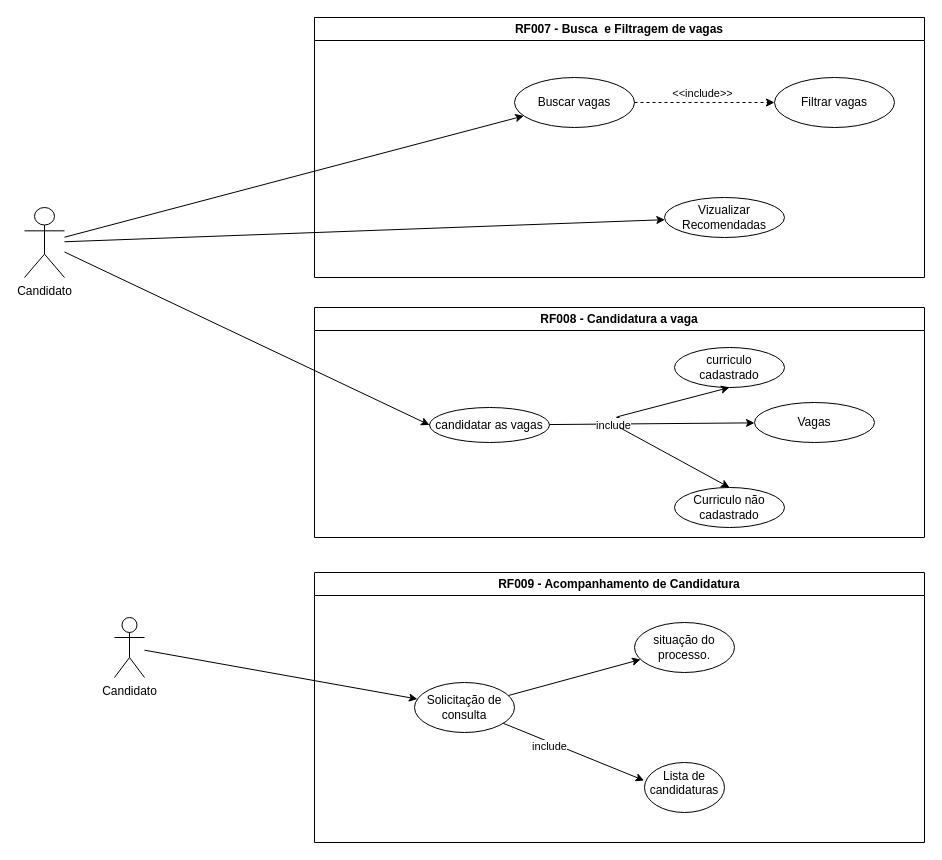
This is Diagramas/diagramaRF00.dio from MatchVagas/Documentation, a draw.io file, before an edit. Source tidied: cells renumbered, new cells numbered last; positions are measured from the earlier drawing's top-left corner, leaving out a move shared by most shapes. Both pictures are drawn from the tidied source at 100%, with x=0, y=0 at pixel (24, 17).
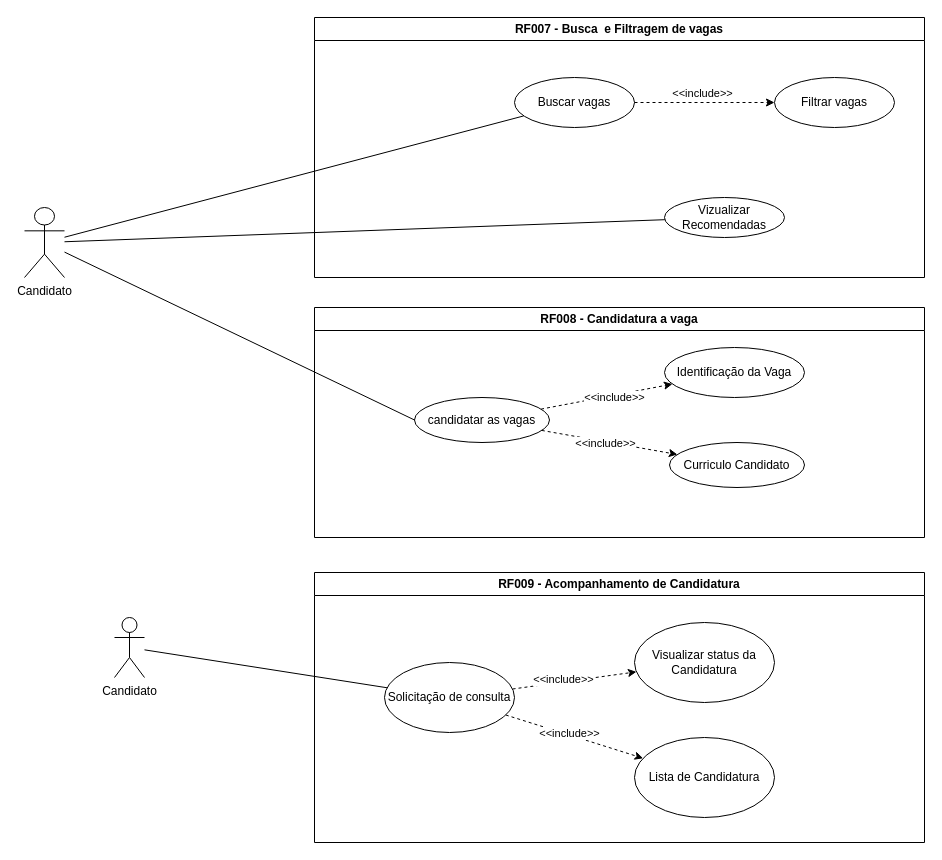
The same diagram, later.

Commit message (it also covers changes not shown here):
Modificações no diagrama de requisito diagramaRF00.dio

The change refers to these unchanged cells:
```xml
<mxCell id="3" value="Buscar vagas" style="ellipse;whiteSpace=wrap;html=1;" parent="2" vertex="1">
  <mxGeometry x="200" y="60" width="120" height="50" as="geometry" />
</mxCell>
<mxCell id="5" value="Vizualizar Recomendadas" style="ellipse;whiteSpace=wrap;html=1;" parent="2" vertex="1">
  <mxGeometry x="350" y="180" width="120" height="40" as="geometry" />
</mxCell>
<mxCell id="8" value="RF008 - Candidatura a vaga" style="swimlane;whiteSpace=wrap;html=1;" parent="1" vertex="1">
  <mxGeometry x="290" y="290" width="610" height="230" as="geometry" />
</mxCell>
<mxCell id="17" value="RF009 - Acompanhamento de Candidatura" style="swimlane;whiteSpace=wrap;html=1;" parent="1" vertex="1">
  <mxGeometry x="290" y="555" width="610" height="270" as="geometry" />
</mxCell>
<mxCell id="24" value="Candidato" style="shape=umlActor;verticalLabelPosition=bottom;verticalAlign=top;html=1;outlineConnect=0;" parent="1" vertex="1">
  <mxGeometry y="190" width="40" height="70" as="geometry" />
</mxCell>
<mxCell id="28" value="Candidato" style="shape=umlActor;verticalLabelPosition=bottom;verticalAlign=top;html=1;outlineConnect=0;" parent="1" vertex="1">
  <mxGeometry x="90" y="600" width="30" height="60" as="geometry" />
</mxCell>
```

Change to the diagram source:
```diff
@@
-    <mxCell id="9" style="edgeStyle=none;html=1;" parent="8" edge="1" source="11" target="12">
+    <mxCell id="9" style="edgeStyle=none;html=1;dashed=1;" parent="8" edge="1" source="11" target="12">
       <mxGeometry relative="1" as="geometry" />
     </mxCell>
-    <mxCell id="10" value="include" style="edgeLabel;html=1;align=center;verticalAlign=middle;" parent="9" vertex="1">
-      <mxGeometry x="-0.38" y="-1" relative="1" as="geometry" />
+    <mxCell id="10" value="&amp;lt;&amp;lt;include&amp;gt;&amp;gt;" style="edgeLabel;html=1;align=center;verticalAlign=middle;" parent="9" vertex="1">
+      <mxGeometry x="-0.38" y="-1" relative="1" as="geometry">
+        <mxPoint x="32" y="-5" as="offset" />
+      </mxGeometry>
     </mxCell>
     <mxCell id="11" value="candidatar as vagas" style="ellipse;whiteSpace=wrap;html=1;" parent="8" vertex="1">
-      <mxGeometry x="115" y="100" width="120" height="35" as="geometry" />
+      <mxGeometry x="100" y="90" width="135" height="45" as="geometry" />
     </mxCell>
-    <mxCell id="12" value="Vagas" style="ellipse;whiteSpace=wrap;html=1;" parent="8" vertex="1">
-      <mxGeometry x="440" y="95" width="120" height="40" as="geometry" />
+    <mxCell id="12" value="Identificação da Vaga" style="ellipse;whiteSpace=wrap;html=1;" parent="8" vertex="1">
+      <mxGeometry x="350" y="40" width="140" height="50" as="geometry" />
     </mxCell>
-    <mxCell id="13" value="curriculo cadastrado" style="ellipse;whiteSpace=wrap;html=1;" parent="8" vertex="1">
-      <mxGeometry x="360" y="40" width="110" height="40" as="geometry" />
+    <mxCell id="13" value="Curriculo Candidato" style="ellipse;whiteSpace=wrap;html=1;" parent="8" vertex="1">
+      <mxGeometry x="355" y="135" width="135" height="45" as="geometry" />
     </mxCell>
-    <mxCell id="14" value="Curriculo não&lt;div&gt;cadastrado&lt;/div&gt;" style="ellipse;whiteSpace=wrap;html=1;" parent="8" vertex="1">
-      <mxGeometry x="360" y="180" width="110" height="40" as="geometry" />
-    </mxCell>
-    <mxCell id="15" style="endArrow=classic;html=1;entryX=0.5;entryY=1;entryDx=0;entryDy=0;" parent="8" edge="1" target="13">
-      <mxGeometry relative="1" as="geometry">
-        <mxPoint x="305" y="110" as="sourcePoint" />
-        <Array as="points">
-          <mxPoint x="300" y="110" />
-        </Array>
-      </mxGeometry>
-    </mxCell>
-    <mxCell id="16" style="endArrow=classic;html=1;entryX=0.5;entryY=0;entryDx=0;entryDy=0;" parent="8" edge="1" target="14">
-      <mxGeometry relative="1" as="geometry">
-        <mxPoint x="305" y="120" as="sourcePoint" />
-      </mxGeometry>
-    </mxCell>
+    <mxCell id="30" style="edgeStyle=none;html=1;dashed=1;" parent="8" edge="1" source="11" target="13">
+      <mxGeometry relative="1" as="geometry" />
+    </mxCell>
+    <mxCell id="31" value="&amp;lt;&amp;lt;include&amp;gt;&amp;gt;" style="edgeLabel;html=1;align=center;verticalAlign=middle;" parent="30" vertex="1">
+      <mxGeometry x="-0.38" y="-1" relative="1" as="geometry">
+        <mxPoint x="21" y="4" as="offset" />
+      </mxGeometry>
+    </mxCell>
@@
-    <mxCell id="18" value="Lista de candidaturas" style="ellipse;whiteSpace=wrap;html=1;verticalAlign=top;" parent="17" vertex="1">
-      <mxGeometry x="330" y="190" width="80" height="50" as="geometry" />
-    </mxCell>
-    <mxCell id="19" style="edgeStyle=none;html=1;" parent="17" edge="1" source="20" target="21">
-      <mxGeometry relative="1" as="geometry" />
-    </mxCell>
     <mxCell id="20" value="Solicitação de consulta" style="ellipse;whiteSpace=wrap;html=1;" parent="17" vertex="1">
-      <mxGeometry x="100" y="110" width="100" height="50" as="geometry" />
+      <mxGeometry x="70" y="90" width="130" height="70" as="geometry" />
     </mxCell>
-    <mxCell id="21" value="situação do processo." style="ellipse;whiteSpace=wrap;html=1;" parent="17" vertex="1">
-      <mxGeometry x="320" y="50" width="100" height="50" as="geometry" />
+    <mxCell id="21" value="Visualizar status da Candidatura" style="ellipse;whiteSpace=wrap;html=1;" parent="17" vertex="1">
+      <mxGeometry x="320" y="50" width="140" height="80" as="geometry" />
     </mxCell>
-    <mxCell id="22" style="edgeStyle=none;html=1;entryX=-0.005;entryY=0.36;entryDx=0;entryDy=0;entryPerimeter=0;" parent="17" edge="1" source="20" target="18">
-      <mxGeometry relative="1" as="geometry" />
-    </mxCell>
-    <mxCell id="23" value="include" style="edgeLabel;html=1;align=center;verticalAlign=middle;" parent="22" vertex="1">
-      <mxGeometry x="-0.33" y="-4" relative="1" as="geometry" />
-    </mxCell>
+    <mxCell id="32" value="&lt;span style=&quot;color: rgb(0, 0, 0);&quot;&gt;Lista de Candidatura&lt;/span&gt;" style="ellipse;whiteSpace=wrap;html=1;" parent="17" vertex="1">
+      <mxGeometry x="320" y="165" width="140" height="80" as="geometry" />
+    </mxCell>
+    <mxCell id="19" style="edgeStyle=none;html=1;dashed=1;" parent="17" edge="1" source="20" target="21">
+      <mxGeometry relative="1" as="geometry" />
+    </mxCell>
+    <mxCell id="33" value="&amp;lt;&amp;lt;include&amp;gt;&amp;gt;" style="edgeLabel;html=1;align=center;verticalAlign=middle;" parent="19" vertex="1">
+      <mxGeometry x="-0.38" y="-1" relative="1" as="geometry">
+        <mxPoint x="12" y="-6" as="offset" />
+      </mxGeometry>
+    </mxCell>
+    <mxCell id="34" style="edgeStyle=none;html=1;dashed=1;" parent="17" edge="1" source="20" target="32">
+      <mxGeometry relative="1" as="geometry" />
+    </mxCell>
+    <mxCell id="35" value="&amp;lt;&amp;lt;include&amp;gt;&amp;gt;" style="edgeLabel;html=1;align=center;verticalAlign=middle;" parent="34" vertex="1">
+      <mxGeometry x="-0.38" y="-1" relative="1" as="geometry">
+        <mxPoint x="21" y="4" as="offset" />
+      </mxGeometry>
+    </mxCell>
@@
-    <mxCell id="25" style="endArrow=classic;html=1;" parent="1" edge="1" source="24" target="5">
+    <mxCell id="25" style="endArrow=none;html=1;endFill=0;" parent="1" edge="1" source="24" target="5">
       <mxGeometry relative="1" as="geometry" />
     </mxCell>
-    <mxCell id="26" style="html=1;" parent="1" edge="1" source="24" target="3">
+    <mxCell id="26" style="html=1;endArrow=none;endFill=0;" parent="1" edge="1" source="24" target="3">
       <mxGeometry relative="1" as="geometry" />
     </mxCell>
-    <mxCell id="27" style="edgeStyle=none;html=1;entryX=0;entryY=0.5;entryDx=0;entryDy=0;" parent="1" edge="1" source="24" target="11">
+    <mxCell id="27" style="edgeStyle=none;html=1;entryX=0;entryY=0.5;entryDx=0;entryDy=0;endArrow=none;endFill=0;" parent="1" edge="1" source="24" target="11">
       <mxGeometry relative="1" as="geometry" />
     </mxCell>
@@
-    <mxCell id="29" style="endArrow=classic;html=1;" parent="1" edge="1" source="28" target="20">
+    <mxCell id="29" style="endArrow=none;html=1;endFill=0;" parent="1" edge="1" source="28" target="20">
       <mxGeometry relative="1" as="geometry" />
     </mxCell>
```
